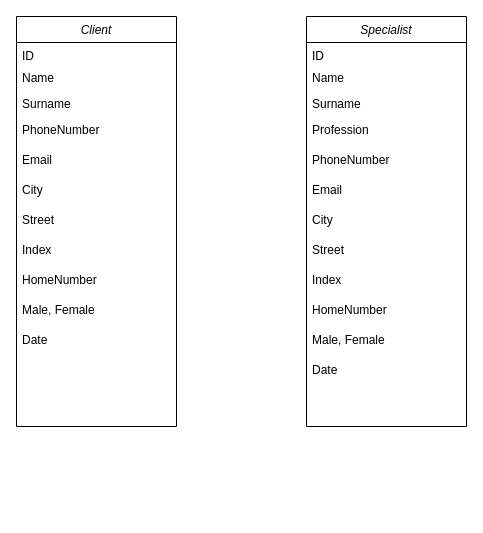
bibaris-umirzakov/termin-planer-diagram keeps this draw.io diagram as Диаграмма без названия.drawio. Above is the earlier version. Source tidied: cells renumbered, new cells numbered last; positions are measured from the earlier drawing's top-left corner, leaving out a move shared by most shapes. Both pictures are drawn from the tidied source at 100%, with x=0, y=0 at pixel (16, 16).
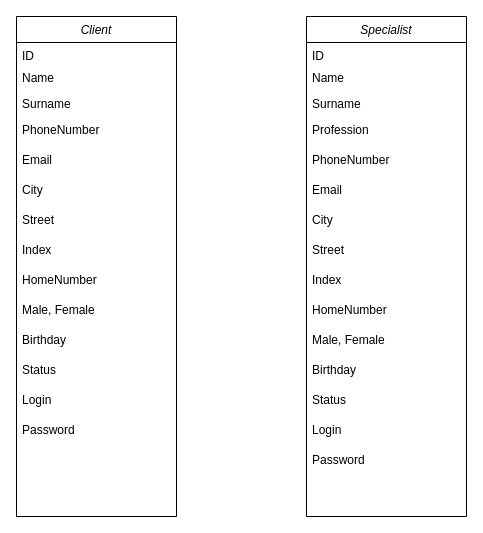
After the change.

The edit, as a diff of the source:
```diff
@@
-<mxGraphModel>
+<mxGraphModel background="#ffffff">
@@
     <mxCell id="2" value="Client" style="swimlane;fontStyle=2;align=center;verticalAlign=top;horizontal=1;startSize=26;rounded=0;shadow=0;strokeWidth=1;" parent="1" vertex="1">
-      <mxGeometry width="160" height="410" as="geometry" />
+      <mxGeometry width="160" height="500" as="geometry" />
     </mxCell>
@@
-    <mxCell id="13" value="Date" style="text;align=left;verticalAlign=top;spacingLeft=4;spacingRight=4;overflow=hidden;rounded=0;shadow=0;html=0;" parent="2" vertex="1">
+    <mxCell id="13" value="Birthday" style="text;align=left;verticalAlign=top;spacingLeft=4;spacingRight=4;overflow=hidden;rounded=0;shadow=0;html=0;" parent="2" vertex="1">
       <mxGeometry y="310" width="160" height="30" as="geometry" />
     </mxCell>
+    <mxCell id="27" value="Status" style="text;align=left;verticalAlign=top;spacingLeft=4;spacingRight=4;overflow=hidden;rounded=0;shadow=0;html=0;" parent="2" vertex="1">
+      <mxGeometry y="340" width="160" height="30" as="geometry" />
+    </mxCell>
+    <mxCell id="28" value="Login" style="text;align=left;verticalAlign=top;spacingLeft=4;spacingRight=4;overflow=hidden;rounded=0;shadow=0;html=0;" parent="2" vertex="1">
+      <mxGeometry y="370" width="160" height="30" as="geometry" />
+    </mxCell>
+    <mxCell id="29" value="Password" style="text;align=left;verticalAlign=top;spacingLeft=4;spacingRight=4;overflow=hidden;rounded=0;shadow=0;html=0;" parent="2" vertex="1">
+      <mxGeometry y="400" width="160" height="30" as="geometry" />
+    </mxCell>
-    <mxCell id="14" value="Specialist" style="swimlane;fontStyle=2;align=center;verticalAlign=top;horizontal=1;startSize=26;rounded=0;shadow=0;strokeWidth=1;" parent="1" vertex="1">
-      <mxGeometry x="290" width="160" height="410" as="geometry" />
+    <mxCell id="14" value="Specialist" style="swimlane;fontStyle=2;align=center;verticalAlign=top;horizontal=1;startSize=26;rounded=0;shadow=0;strokeWidth=1;fontColor=#000000;" parent="1" vertex="1">
+      <mxGeometry x="290" width="160" height="500" as="geometry" />
     </mxCell>
@@
-    <mxCell id="26" value="Date" style="text;align=left;verticalAlign=top;spacingLeft=4;spacingRight=4;overflow=hidden;rounded=0;shadow=0;html=0;" parent="14" vertex="1">
+    <mxCell id="26" value="Birthday" style="text;align=left;verticalAlign=top;spacingLeft=4;spacingRight=4;overflow=hidden;rounded=0;shadow=0;html=0;" parent="14" vertex="1">
       <mxGeometry y="340" width="160" height="30" as="geometry" />
     </mxCell>
+    <mxCell id="30" value="Status" style="text;align=left;verticalAlign=top;spacingLeft=4;spacingRight=4;overflow=hidden;rounded=0;shadow=0;html=0;" parent="14" vertex="1">
+      <mxGeometry y="370" width="160" height="30" as="geometry" />
+    </mxCell>
+    <mxCell id="31" value="Login" style="text;align=left;verticalAlign=top;spacingLeft=4;spacingRight=4;overflow=hidden;rounded=0;shadow=0;html=0;" parent="14" vertex="1">
+      <mxGeometry y="400" width="160" height="30" as="geometry" />
+    </mxCell>
+    <mxCell id="32" value="Password" style="text;align=left;verticalAlign=top;spacingLeft=4;spacingRight=4;overflow=hidden;rounded=0;shadow=0;html=0;" parent="14" vertex="1">
+      <mxGeometry y="430" width="160" height="30" as="geometry" />
+    </mxCell>
```
